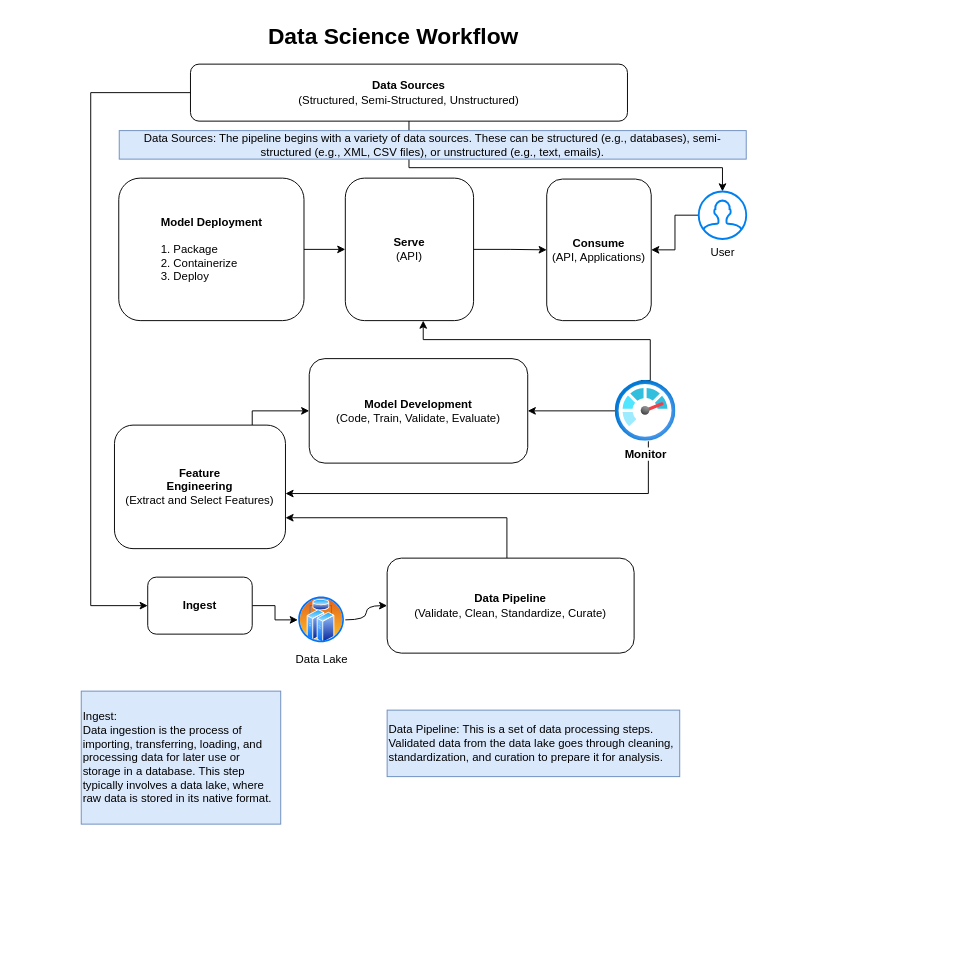
The draw.io diagram data_science_workflow.drawio in denezt/data-pipeline, before the edit. Source tidied: cells renumbered, new cells numbered last; positions are measured from the earlier drawing's top-left corner, leaving out a move shared by most shapes. Both pictures are drawn from the tidied source at 95%, with x=0, y=0 at pixel (81, 16).
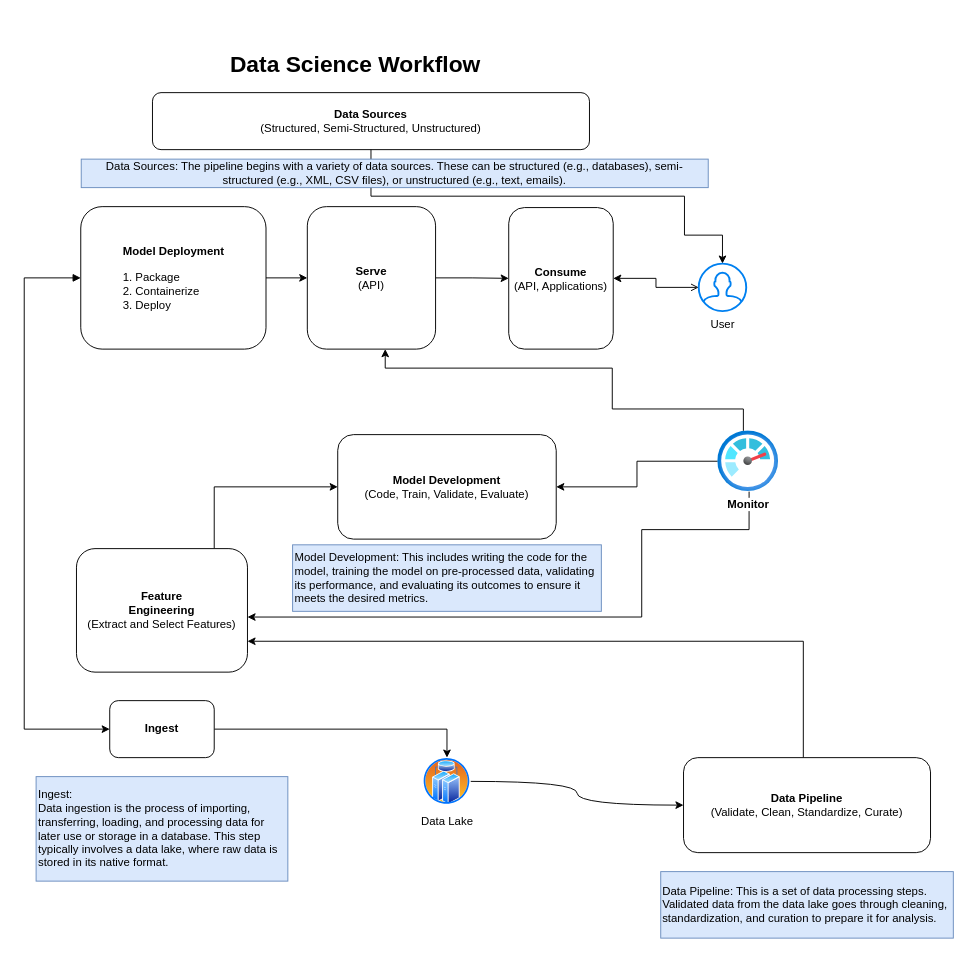
The same page after the edit.

Diff of the diagram source:
```diff
@@
     <mxCell id="2" value="&lt;b&gt;Data Sources&lt;/b&gt;&lt;div&gt;(Structured, Semi-Structured, Unstructured)&lt;/div&gt;" style="rounded=1;whiteSpace=wrap;html=1;" parent="1" vertex="1">
-      <mxGeometry x="115" y="50" width="460" height="60" as="geometry" />
+      <mxGeometry x="75" y="80" width="460" height="60" as="geometry" />
     </mxCell>
     <mxCell id="3" style="edgeStyle=orthogonalEdgeStyle;rounded=0;jettySize=auto;html=1;exitX=0.5;exitY=1;exitDx=0;exitDy=0;strokeColor=default;" parent="1" edge="1" source="2" target="6">
       <mxGeometry relative="1" as="geometry">
         <Array as="points">
-          <mxPoint x="345" y="159" />
-          <mxPoint x="675" y="159" />
+          <mxPoint x="305" y="189" />
+          <mxPoint x="635" y="189" />
+          <mxPoint x="635" y="230" />
+          <mxPoint x="675" y="230" />
         </Array>
       </mxGeometry>
     </mxCell>
     <mxCell id="4" value="&lt;b&gt;Consume&lt;/b&gt;&lt;div&gt;(API, Applications)&lt;/div&gt;" style="rounded=1;whiteSpace=wrap;html=1;" parent="1" vertex="1">
-      <mxGeometry x="490" y="171" width="110" height="149" as="geometry" />
+      <mxGeometry x="450" y="201" width="110" height="149" as="geometry" />
     </mxCell>
-    <mxCell id="5" style="edgeStyle=orthogonalEdgeStyle;rounded=0;jettySize=auto;html=1;" parent="1" edge="1" source="6" target="4">
+    <mxCell id="5" style="edgeStyle=orthogonalEdgeStyle;rounded=0;jettySize=auto;html=1;startArrow=open;startFill=0;" parent="1" edge="1" source="6" target="4">
       <mxGeometry relative="1" as="geometry" />
     </mxCell>
     <mxCell id="6" value="User" style="html=1;verticalLabelPosition=bottom;align=center;labelBackgroundColor=#ffffff;verticalAlign=top;strokeWidth=2;strokeColor=#0080F0;shadow=0;dashed=0;shape=mxgraph.ios7.icons.user;" parent="1" vertex="1">
-      <mxGeometry x="650" y="184" width="50" height="50" as="geometry" />
+      <mxGeometry x="650" y="260" width="50" height="50" as="geometry" />
     </mxCell>
@@
     <mxCell id="8" value="&lt;b&gt;Serve&lt;/b&gt;&lt;div&gt;(API)&lt;/div&gt;" style="rounded=1;whiteSpace=wrap;html=1;" parent="1" vertex="1">
-      <mxGeometry x="278" y="170" width="135" height="150" as="geometry" />
+      <mxGeometry x="238" y="200" width="135" height="150" as="geometry" />
     </mxCell>
@@
     <mxCell id="10" value="&lt;div style=&quot;text-align: left;&quot;&gt;&lt;span style=&quot;background-color: initial;&quot;&gt;&lt;b&gt;Model&amp;nbsp;&lt;/b&gt;&lt;/span&gt;&lt;b style=&quot;background-color: initial; text-align: center;&quot;&gt;Deployment&lt;/b&gt;&lt;/div&gt;&lt;div style=&quot;&quot;&gt;&lt;b&gt;&lt;br&gt;&lt;/b&gt;&lt;/div&gt;&lt;div style=&quot;text-align: left;&quot;&gt;1. Package&lt;/div&gt;&lt;div style=&quot;text-align: left;&quot;&gt;2. Containerize&lt;/div&gt;&lt;div style=&quot;text-align: left;&quot;&gt;3. Deploy&lt;/div&gt;" style="rounded=1;whiteSpace=wrap;html=1;" parent="1" vertex="1">
-      <mxGeometry x="39.5" y="170" width="195" height="150" as="geometry" />
+      <mxGeometry x="-0.5" y="200" width="195" height="150" as="geometry" />
     </mxCell>
     <mxCell id="11" value="&lt;b&gt;Model Development&lt;/b&gt;&lt;div&gt;(Code, Train, Validate, Evaluate)&lt;/div&gt;" style="rounded=1;whiteSpace=wrap;html=1;" parent="1" vertex="1">
-      <mxGeometry x="240" y="360" width="230" height="110" as="geometry" />
+      <mxGeometry x="270" y="440" width="230" height="110" as="geometry" />
     </mxCell>
     <mxCell id="12" style="edgeStyle=orthogonalEdgeStyle;rounded=0;jettySize=auto;html=1;entryX=0;entryY=0.5;entryDx=0;entryDy=0;" parent="1" edge="1" source="13" target="11">
       <mxGeometry relative="1" as="geometry">
         <Array as="points">
-          <mxPoint x="180" y="415" />
+          <mxPoint x="140" y="495" />
         </Array>
       </mxGeometry>
     </mxCell>
     <mxCell id="13" value="&lt;b&gt;Feature&lt;/b&gt;&lt;div&gt;&lt;b&gt;Engineering&lt;/b&gt;&lt;/div&gt;&lt;div&gt;(Extract and Select Features)&lt;/div&gt;" style="rounded=1;whiteSpace=wrap;html=1;" parent="1" vertex="1">
-      <mxGeometry x="35" y="430" width="180" height="130" as="geometry" />
+      <mxGeometry x="-5" y="560" width="180" height="130" as="geometry" />
     </mxCell>
     <mxCell id="14" style="edgeStyle=orthogonalEdgeStyle;rounded=0;jettySize=auto;html=1;exitX=0.422;exitY=0;exitDx=0;exitDy=0;exitPerimeter=0;" parent="1" edge="1" source="17" target="8">
       <mxGeometry relative="1" as="geometry">
         <Array as="points">
-          <mxPoint x="599" y="383" />
-          <mxPoint x="599" y="340" />
-          <mxPoint x="360" y="340" />
+          <mxPoint x="559" y="413" />
+          <mxPoint x="559" y="370" />
+          <mxPoint x="320" y="370" />
         </Array>
       </mxGeometry>
     </mxCell>
@@
-    <mxCell id="16" style="rounded=0;jettySize=auto;html=1;entryX=1;entryY=0.554;entryDx=0;entryDy=0;edgeStyle=orthogonalEdgeStyle;entryPerimeter=0;" parent="1" edge="1" source="17" target="13">
+    <mxCell id="16" style="rounded=0;jettySize=auto;html=1;entryX=1;entryY=0.554;entryDx=0;entryDy=0;edgeStyle=orthogonalEdgeStyle;entryPerimeter=0;exitX=0.516;exitY=1;exitDx=0;exitDy=0;exitPerimeter=0;" parent="1" edge="1" source="17" target="13">
       <mxGeometry relative="1" as="geometry">
         <Array as="points">
-          <mxPoint x="597" y="502" />
+          <mxPoint x="703" y="540" />
+          <mxPoint x="590" y="540" />
+          <mxPoint x="590" y="632" />
         </Array>
       </mxGeometry>
     </mxCell>
     <mxCell id="17" value="&lt;b&gt;Monitor&lt;/b&gt;" style="image;html=1;points=[];align=center;fontSize=12;image=img/lib/azure2/management_governance/Monitor.svg;" parent="1" vertex="1">
-      <mxGeometry x="562" y="383" width="64" height="64" as="geometry" />
+      <mxGeometry x="670" y="436" width="64" height="64" as="geometry" />
     </mxCell>
@@
     <mxCell id="19" value="&lt;b&gt;Data Pipeline&lt;/b&gt;&lt;div&gt;(Validate, Clean, Standardize, Curate)&lt;/div&gt;" style="rounded=1;whiteSpace=wrap;html=1;" parent="1" vertex="1">
-      <mxGeometry x="322" y="570" width="260" height="100" as="geometry" />
+      <mxGeometry x="634" y="780" width="260" height="100" as="geometry" />
     </mxCell>
-    <mxCell id="20" style="edgeStyle=orthogonalEdgeStyle;rounded=0;jettySize=auto;html=1;entryX=0;entryY=0.5;entryDx=0;entryDy=0;" parent="1" edge="1" source="21" target="23">
+    <mxCell id="20" style="edgeStyle=orthogonalEdgeStyle;rounded=0;jettySize=auto;html=1;entryX=0.5;entryY=0;entryDx=0;entryDy=0;" parent="1" edge="1" source="21" target="23">
       <mxGeometry relative="1" as="geometry" />
     </mxCell>
     <mxCell id="21" value="&lt;b&gt;Ingest&lt;/b&gt;" style="rounded=1;whiteSpace=wrap;html=1;" parent="1" vertex="1">
-      <mxGeometry x="70" y="590" width="110" height="60" as="geometry" />
+      <mxGeometry x="30" y="720" width="110" height="60" as="geometry" />
     </mxCell>
-    <mxCell id="22" style="edgeStyle=orthogonalEdgeStyle;rounded=0;jettySize=auto;html=1;curved=1;" parent="1" edge="1" source="23" target="19">
+    <mxCell id="22" style="edgeStyle=orthogonalEdgeStyle;rounded=0;jettySize=auto;html=1;curved=1;exitX=1;exitY=0.5;exitDx=0;exitDy=0;" parent="1" edge="1" source="23" target="19">
       <mxGeometry relative="1" as="geometry" />
     </mxCell>
     <mxCell id="23" value="Data Lake" style="image;perimeter=ellipsePerimeter;html=1;align=center;shadow=0;dashed=0;spacingTop=3;image=img/lib/active_directory/cluster_server.svg;" parent="1" vertex="1">
-      <mxGeometry x="228" y="610" width="50" height="50" as="geometry" />
+      <mxGeometry x="360" y="780" width="50" height="50" as="geometry" />
     </mxCell>
-    <mxCell id="24" style="edgeStyle=orthogonalEdgeStyle;rounded=0;jettySize=auto;html=1;entryX=0;entryY=0.5;entryDx=0;entryDy=0;exitX=0;exitY=0.5;exitDx=0;exitDy=0;" parent="1" edge="1" source="2" target="21">
-      <mxGeometry relative="1" as="geometry">
-        <Array as="points">
-          <mxPoint x="10" y="80" />
-          <mxPoint x="10" y="620" />
-        </Array>
-      </mxGeometry>
-    </mxCell>
+    <mxCell id="29" style="edgeStyle=orthogonalEdgeStyle;rounded=0;jettySize=auto;html=1;entryX=0;entryY=0.5;entryDx=0;entryDy=0;exitX=0;exitY=0.5;exitDx=0;exitDy=0;startArrow=block;startFill=1;" parent="1" edge="1" source="10" target="21">
+      <mxGeometry relative="1" as="geometry">
+        <Array as="points">
+          <mxPoint x="-60" y="275" />
+          <mxPoint x="-60" y="750" />
+        </Array>
+      </mxGeometry>
+    </mxCell>
     <mxCell id="25" value="&lt;h1 style=&quot;margin-top: 0px;&quot;&gt;Data Science Workflow&amp;nbsp;&lt;/h1&gt;&lt;div&gt;&lt;br&gt;&lt;/div&gt;&lt;p&gt;&lt;br&gt;&lt;/p&gt;" style="text;html=1;whiteSpace=wrap;overflow=hidden;rounded=0;" parent="1" vertex="1">
-      <mxGeometry x="195" width="300" height="40" as="geometry" />
+      <mxGeometry x="155" y="30" width="300" height="40" as="geometry" />
     </mxCell>
     <mxCell id="26" value="Data Sources: The pipeline begins with a variety of data sources. These can be structured (e.g., databases), semi-structured (e.g., XML, CSV files), or unstructured (e.g., text, emails)." style="text;html=1;align=center;verticalAlign=middle;whiteSpace=wrap;rounded=0;fillColor=#dae8fc;strokeColor=#6c8ebf;" parent="1" vertex="1">
-      <mxGeometry x="40" y="120" width="660" height="30" as="geometry" />
+      <mxGeometry y="150" width="660" height="30" as="geometry" />
     </mxCell>
     <mxCell id="27" value="&lt;div style=&quot;&quot;&gt;&lt;span style=&quot;background-color: initial;&quot;&gt;Ingest:&amp;nbsp;&lt;/span&gt;&lt;/div&gt;&lt;div style=&quot;&quot;&gt;&lt;span style=&quot;background-color: initial;&quot;&gt;Data ingestion is the process of importing, transferring, loading, and processing data for later use or storage in a database. This step typically involves a data lake, where raw data is stored in its native format.&lt;/span&gt;&lt;/div&gt;" style="text;html=1;align=left;verticalAlign=middle;whiteSpace=wrap;rounded=0;fillColor=#dae8fc;strokeColor=#6c8ebf;" parent="1" vertex="1">
-      <mxGeometry y="710" width="210" height="140" as="geometry" />
+      <mxGeometry x="-47.5" y="800" width="265" height="110" as="geometry" />
     </mxCell>
     <mxCell id="28" value="&lt;div style=&quot;&quot;&gt;Data Pipeline: This is a set of data processing steps. Validated data from the data lake goes through cleaning, standardization, and curation to prepare it for analysis.&lt;br&gt;&lt;/div&gt;" style="text;html=1;align=left;verticalAlign=middle;whiteSpace=wrap;rounded=0;fillColor=#dae8fc;strokeColor=#6c8ebf;" parent="1" vertex="1">
-      <mxGeometry x="322" y="730" width="308" height="70" as="geometry" />
+      <mxGeometry x="610" y="900" width="308" height="70" as="geometry" />
     </mxCell>
+    <mxCell id="30" value="&lt;div style=&quot;&quot;&gt;Model Development: This includes writing the code for the model, training the model on pre-processed data, validating its performance, and evaluating its outcomes to ensure it meets the desired metrics.&lt;br&gt;&lt;/div&gt;" style="text;html=1;align=left;verticalAlign=middle;whiteSpace=wrap;rounded=0;fillColor=#dae8fc;strokeColor=#6c8ebf;" parent="1" vertex="1">
+      <mxGeometry x="222.5" y="556" width="325" height="70" as="geometry" />
+    </mxCell>
+    <mxCell id="31" style="edgeStyle=orthogonalEdgeStyle;rounded=0;orthogonalLoop=1;jettySize=auto;html=1;exitX=0.5;exitY=1;exitDx=0;exitDy=0;" parent="1" edge="1" source="30" target="30">
+      <mxGeometry relative="1" as="geometry" />
+    </mxCell>
```
